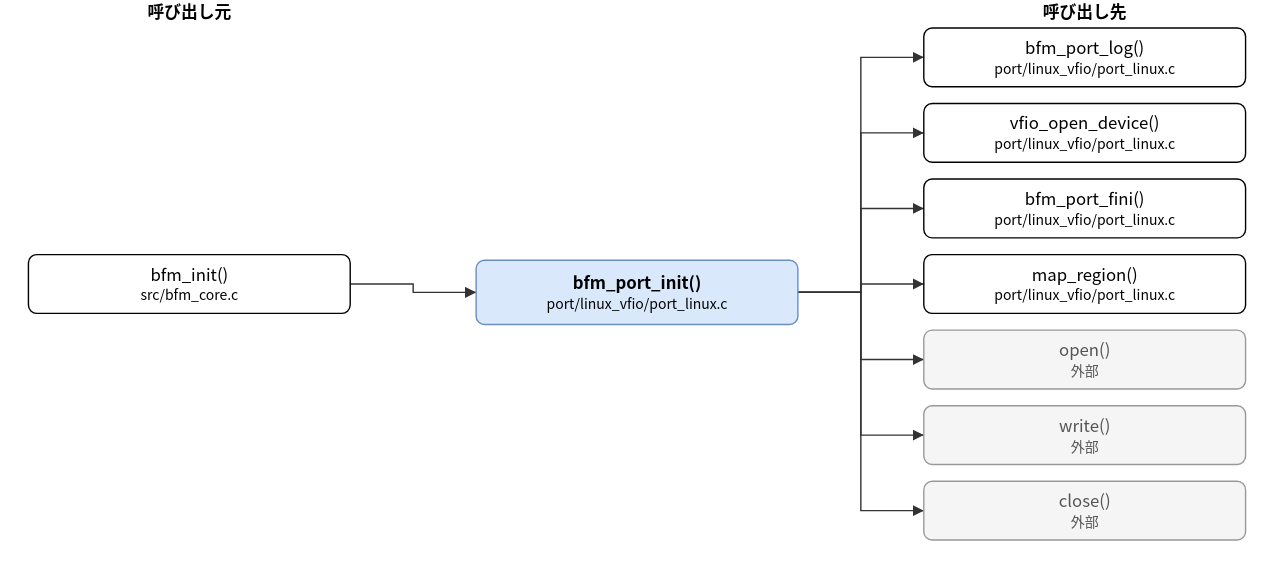
Above: doc/spec/images/call_port_linux_vfio_port_linux-bfm_port_init.drawio.svg in hf355051012-ai/bfmem (draw.io), before the change. Source tidied: cells renumbered, new cells last; positions are measured from the earlier drawing's top-left corner, leaving out a move shared by most shapes. Its diagram source:
```xml
<mxGraphModel>
  <root>
    <mxCell id="0" />
    <mxCell id="1" parent="0" />
    <mxCell id="2" value="bfm_port_init()&lt;br&gt;&lt;font style=&quot;font-size:10px&quot;&gt;port/linux_vfio/port_linux.c&lt;/font&gt;" style="rounded=1;whiteSpace=wrap;html=1;fillColor=#dae8fc;strokeColor=#6c8ebf;fontStyle=1;" parent="1" vertex="1">
      <mxGeometry x="320" y="186" width="230" height="46" as="geometry" />
    </mxCell>
    <mxCell id="3" value="bfm_init()&lt;br&gt;&lt;font style=&quot;font-size:10px&quot;&gt;src/bfm_core.c&lt;/font&gt;" style="rounded=1;whiteSpace=wrap;html=1;" parent="1" vertex="1">
      <mxGeometry y="182" width="230" height="42" as="geometry" />
    </mxCell>
    <mxCell id="4" value="bfm_port_log()&lt;br&gt;&lt;font style=&quot;font-size:10px&quot;&gt;port/linux_vfio/port_linux.c&lt;/font&gt;" style="rounded=1;whiteSpace=wrap;html=1;" parent="1" vertex="1">
      <mxGeometry x="640" y="20" width="230" height="42" as="geometry" />
    </mxCell>
    <mxCell id="5" value="vfio_open_device()&lt;br&gt;&lt;font style=&quot;font-size:10px&quot;&gt;port/linux_vfio/port_linux.c&lt;/font&gt;" style="rounded=1;whiteSpace=wrap;html=1;" parent="1" vertex="1">
      <mxGeometry x="640" y="74" width="230" height="42" as="geometry" />
    </mxCell>
    <mxCell id="6" value="bfm_port_fini()&lt;br&gt;&lt;font style=&quot;font-size:10px&quot;&gt;port/linux_vfio/port_linux.c&lt;/font&gt;" style="rounded=1;whiteSpace=wrap;html=1;" parent="1" vertex="1">
      <mxGeometry x="640" y="128" width="230" height="42" as="geometry" />
    </mxCell>
    <mxCell id="7" value="map_region()&lt;br&gt;&lt;font style=&quot;font-size:10px&quot;&gt;port/linux_vfio/port_linux.c&lt;/font&gt;" style="rounded=1;whiteSpace=wrap;html=1;" parent="1" vertex="1">
      <mxGeometry x="640" y="182" width="230" height="42" as="geometry" />
    </mxCell>
    <mxCell id="8" value="open()&lt;br&gt;&lt;font style=&quot;font-size:10px&quot;&gt;外部&lt;/font&gt;" style="rounded=1;whiteSpace=wrap;html=1;fillColor=#f5f5f5;strokeColor=#999999;fontColor=#555555;" parent="1" vertex="1">
      <mxGeometry x="640" y="236" width="230" height="42" as="geometry" />
    </mxCell>
    <mxCell id="9" value="write()&lt;br&gt;&lt;font style=&quot;font-size:10px&quot;&gt;外部&lt;/font&gt;" style="rounded=1;whiteSpace=wrap;html=1;fillColor=#f5f5f5;strokeColor=#999999;fontColor=#555555;" parent="1" vertex="1">
      <mxGeometry x="640" y="290" width="230" height="42" as="geometry" />
    </mxCell>
    <mxCell id="10" value="close()&lt;br&gt;&lt;font style=&quot;font-size:10px&quot;&gt;外部&lt;/font&gt;" style="rounded=1;whiteSpace=wrap;html=1;fillColor=#f5f5f5;strokeColor=#999999;fontColor=#555555;" parent="1" vertex="1">
      <mxGeometry x="640" y="344" width="230" height="42" as="geometry" />
    </mxCell>
    <mxCell id="11" style="edgeStyle=none;html=1;rounded=0;endArrow=block;endFill=1;exitX=1.0000;exitY=0.5000;exitDx=0;exitDy=0;exitPerimeter=0;entryX=0.0000;entryY=0.5000;entryDx=0;entryDy=0;entryPerimeter=0;" parent="1" edge="1" source="3" target="2">
      <mxGeometry relative="1" as="geometry">
        <Array as="points">
          <mxPoint x="275" y="203" />
          <mxPoint x="275" y="209" />
        </Array>
      </mxGeometry>
    </mxCell>
    <mxCell id="12" style="edgeStyle=none;html=1;rounded=0;endArrow=block;endFill=1;exitX=1.0000;exitY=0.5000;exitDx=0;exitDy=0;exitPerimeter=0;entryX=0.0000;entryY=0.5000;entryDx=0;entryDy=0;entryPerimeter=0;" parent="1" edge="1" source="2" target="4">
      <mxGeometry relative="1" as="geometry">
        <Array as="points">
          <mxPoint x="595" y="209" />
          <mxPoint x="595" y="41" />
        </Array>
      </mxGeometry>
    </mxCell>
    <mxCell id="13" style="edgeStyle=none;html=1;rounded=0;endArrow=block;endFill=1;exitX=1.0000;exitY=0.5000;exitDx=0;exitDy=0;exitPerimeter=0;entryX=0.0000;entryY=0.5000;entryDx=0;entryDy=0;entryPerimeter=0;" parent="1" edge="1" source="2" target="5">
      <mxGeometry relative="1" as="geometry">
        <Array as="points">
          <mxPoint x="595" y="209" />
          <mxPoint x="595" y="95" />
        </Array>
      </mxGeometry>
    </mxCell>
    <mxCell id="14" style="edgeStyle=none;html=1;rounded=0;endArrow=block;endFill=1;exitX=1.0000;exitY=0.5000;exitDx=0;exitDy=0;exitPerimeter=0;entryX=0.0000;entryY=0.5000;entryDx=0;entryDy=0;entryPerimeter=0;" parent="1" edge="1" source="2" target="6">
      <mxGeometry relative="1" as="geometry">
        <Array as="points">
          <mxPoint x="595" y="209" />
          <mxPoint x="595" y="149" />
        </Array>
      </mxGeometry>
    </mxCell>
    <mxCell id="15" style="edgeStyle=none;html=1;rounded=0;endArrow=block;endFill=1;exitX=1.0000;exitY=0.5000;exitDx=0;exitDy=0;exitPerimeter=0;entryX=0.0000;entryY=0.5000;entryDx=0;entryDy=0;entryPerimeter=0;" parent="1" edge="1" source="2" target="7">
      <mxGeometry relative="1" as="geometry">
        <Array as="points">
          <mxPoint x="595" y="209" />
          <mxPoint x="595" y="203" />
        </Array>
      </mxGeometry>
    </mxCell>
    <mxCell id="16" style="edgeStyle=none;html=1;rounded=0;endArrow=block;endFill=1;exitX=1.0000;exitY=0.5000;exitDx=0;exitDy=0;exitPerimeter=0;entryX=0.0000;entryY=0.5000;entryDx=0;entryDy=0;entryPerimeter=0;" parent="1" edge="1" source="2" target="8">
      <mxGeometry relative="1" as="geometry">
        <Array as="points">
          <mxPoint x="595" y="209" />
          <mxPoint x="595" y="257" />
        </Array>
      </mxGeometry>
    </mxCell>
    <mxCell id="17" style="edgeStyle=none;html=1;rounded=0;endArrow=block;endFill=1;exitX=1.0000;exitY=0.5000;exitDx=0;exitDy=0;exitPerimeter=0;entryX=0.0000;entryY=0.5000;entryDx=0;entryDy=0;entryPerimeter=0;" parent="1" edge="1" source="2" target="9">
      <mxGeometry relative="1" as="geometry">
        <Array as="points">
          <mxPoint x="595" y="209" />
          <mxPoint x="595" y="311" />
        </Array>
      </mxGeometry>
    </mxCell>
    <mxCell id="18" style="edgeStyle=none;html=1;rounded=0;endArrow=block;endFill=1;exitX=1.0000;exitY=0.5000;exitDx=0;exitDy=0;exitPerimeter=0;entryX=0.0000;entryY=0.5000;entryDx=0;entryDy=0;entryPerimeter=0;" parent="1" edge="1" source="2" target="10">
      <mxGeometry relative="1" as="geometry">
        <Array as="points">
          <mxPoint x="595" y="209" />
          <mxPoint x="595" y="365" />
        </Array>
      </mxGeometry>
    </mxCell>
    <mxCell id="19" value="呼び出し元" style="text;html=1;align=center;fontStyle=1;" parent="1" vertex="1">
      <mxGeometry x="35" width="160" height="18" as="geometry" />
    </mxCell>
    <mxCell id="20" value="呼び出し先" style="text;html=1;align=center;fontStyle=1;" parent="1" vertex="1">
      <mxGeometry x="675" width="160" height="18" as="geometry" />
    </mxCell>
  </root>
</mxGraphModel>
```
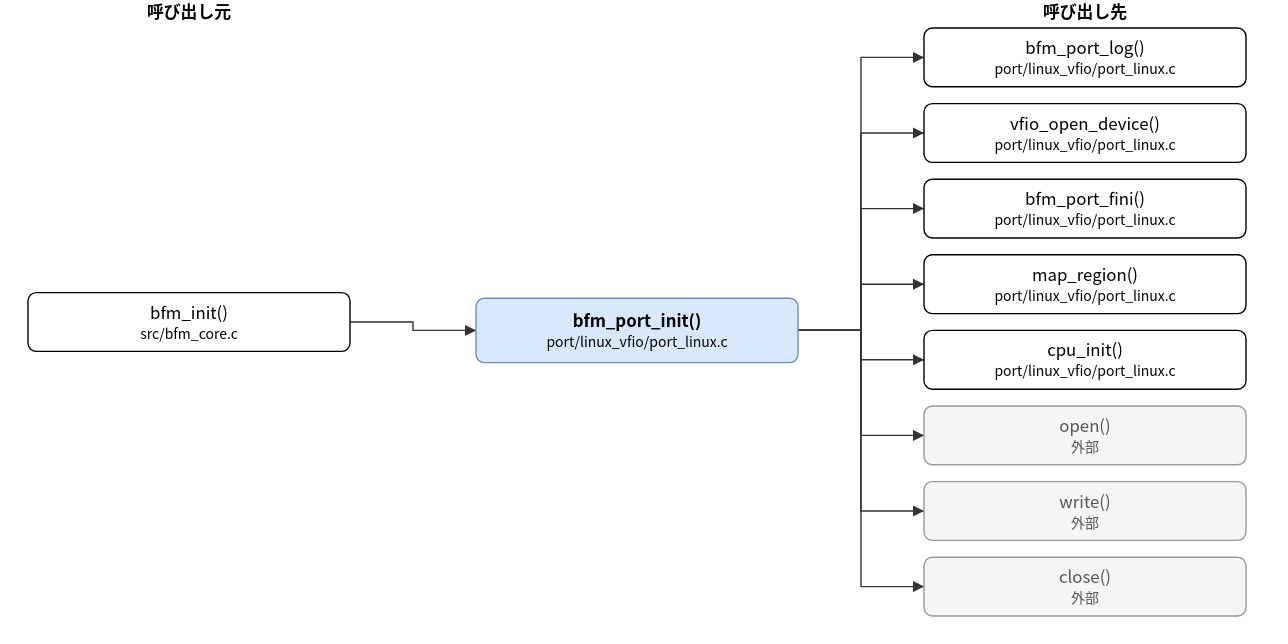
Above is the later version.

The edit, as a diff of the source:
```diff
@@ -3,10 +3,10 @@
     <mxCell id="0" />
     <mxCell id="1" parent="0" />
     <mxCell id="2" value="bfm_port_init()&lt;br&gt;&lt;font style=&quot;font-size:10px&quot;&gt;port/linux_vfio/port_linux.c&lt;/font&gt;" style="rounded=1;whiteSpace=wrap;html=1;fillColor=#dae8fc;strokeColor=#6c8ebf;fontStyle=1;" parent="1" vertex="1">
-      <mxGeometry x="320" y="186" width="230" height="46" as="geometry" />
+      <mxGeometry x="320" y="213" width="230" height="46" as="geometry" />
     </mxCell>
     <mxCell id="3" value="bfm_init()&lt;br&gt;&lt;font style=&quot;font-size:10px&quot;&gt;src/bfm_core.c&lt;/font&gt;" style="rounded=1;whiteSpace=wrap;html=1;" parent="1" vertex="1">
-      <mxGeometry y="182" width="230" height="42" as="geometry" />
+      <mxGeometry y="209" width="230" height="42" as="geometry" />
     </mxCell>
     <mxCell id="4" value="bfm_port_log()&lt;br&gt;&lt;font style=&quot;font-size:10px&quot;&gt;port/linux_vfio/port_linux.c&lt;/font&gt;" style="rounded=1;whiteSpace=wrap;html=1;" parent="1" vertex="1">
       <mxGeometry x="640" y="20" width="230" height="42" as="geometry" />
@@ -20,27 +20,30 @@
     <mxCell id="7" value="map_region()&lt;br&gt;&lt;font style=&quot;font-size:10px&quot;&gt;port/linux_vfio/port_linux.c&lt;/font&gt;" style="rounded=1;whiteSpace=wrap;html=1;" parent="1" vertex="1">
       <mxGeometry x="640" y="182" width="230" height="42" as="geometry" />
     </mxCell>
-    <mxCell id="8" value="open()&lt;br&gt;&lt;font style=&quot;font-size:10px&quot;&gt;外部&lt;/font&gt;" style="rounded=1;whiteSpace=wrap;html=1;fillColor=#f5f5f5;strokeColor=#999999;fontColor=#555555;" parent="1" vertex="1">
+    <mxCell id="8" value="cpu_init()&lt;br&gt;&lt;font style=&quot;font-size:10px&quot;&gt;port/linux_vfio/port_linux.c&lt;/font&gt;" style="rounded=1;whiteSpace=wrap;html=1;" parent="1" vertex="1">
       <mxGeometry x="640" y="236" width="230" height="42" as="geometry" />
     </mxCell>
-    <mxCell id="9" value="write()&lt;br&gt;&lt;font style=&quot;font-size:10px&quot;&gt;外部&lt;/font&gt;" style="rounded=1;whiteSpace=wrap;html=1;fillColor=#f5f5f5;strokeColor=#999999;fontColor=#555555;" parent="1" vertex="1">
+    <mxCell id="9" value="open()&lt;br&gt;&lt;font style=&quot;font-size:10px&quot;&gt;外部&lt;/font&gt;" style="rounded=1;whiteSpace=wrap;html=1;fillColor=#f5f5f5;strokeColor=#999999;fontColor=#555555;" parent="1" vertex="1">
       <mxGeometry x="640" y="290" width="230" height="42" as="geometry" />
     </mxCell>
-    <mxCell id="10" value="close()&lt;br&gt;&lt;font style=&quot;font-size:10px&quot;&gt;外部&lt;/font&gt;" style="rounded=1;whiteSpace=wrap;html=1;fillColor=#f5f5f5;strokeColor=#999999;fontColor=#555555;" parent="1" vertex="1">
+    <mxCell id="10" value="write()&lt;br&gt;&lt;font style=&quot;font-size:10px&quot;&gt;外部&lt;/font&gt;" style="rounded=1;whiteSpace=wrap;html=1;fillColor=#f5f5f5;strokeColor=#999999;fontColor=#555555;" parent="1" vertex="1">
       <mxGeometry x="640" y="344" width="230" height="42" as="geometry" />
     </mxCell>
+    <mxCell id="21" value="close()&lt;br&gt;&lt;font style=&quot;font-size:10px&quot;&gt;外部&lt;/font&gt;" style="rounded=1;whiteSpace=wrap;html=1;fillColor=#f5f5f5;strokeColor=#999999;fontColor=#555555;" parent="1" vertex="1">
+      <mxGeometry x="640" y="398" width="230" height="42" as="geometry" />
+    </mxCell>
     <mxCell id="11" style="edgeStyle=none;html=1;rounded=0;endArrow=block;endFill=1;exitX=1.0000;exitY=0.5000;exitDx=0;exitDy=0;exitPerimeter=0;entryX=0.0000;entryY=0.5000;entryDx=0;entryDy=0;entryPerimeter=0;" parent="1" edge="1" source="3" target="2">
       <mxGeometry relative="1" as="geometry">
         <Array as="points">
-          <mxPoint x="275" y="203" />
-          <mxPoint x="275" y="209" />
+          <mxPoint x="275" y="230" />
+          <mxPoint x="275" y="236" />
         </Array>
       </mxGeometry>
     </mxCell>
     <mxCell id="12" style="edgeStyle=none;html=1;rounded=0;endArrow=block;endFill=1;exitX=1.0000;exitY=0.5000;exitDx=0;exitDy=0;exitPerimeter=0;entryX=0.0000;entryY=0.5000;entryDx=0;entryDy=0;entryPerimeter=0;" parent="1" edge="1" source="2" target="4">
       <mxGeometry relative="1" as="geometry">
         <Array as="points">
-          <mxPoint x="595" y="209" />
+          <mxPoint x="595" y="236" />
           <mxPoint x="595" y="41" />
         </Array>
       </mxGeometry>
@@ -48,7 +51,7 @@
     <mxCell id="13" style="edgeStyle=none;html=1;rounded=0;endArrow=block;endFill=1;exitX=1.0000;exitY=0.5000;exitDx=0;exitDy=0;exitPerimeter=0;entryX=0.0000;entryY=0.5000;entryDx=0;entryDy=0;entryPerimeter=0;" parent="1" edge="1" source="2" target="5">
       <mxGeometry relative="1" as="geometry">
         <Array as="points">
-          <mxPoint x="595" y="209" />
+          <mxPoint x="595" y="236" />
           <mxPoint x="595" y="95" />
         </Array>
       </mxGeometry>
@@ -56,7 +59,7 @@
     <mxCell id="14" style="edgeStyle=none;html=1;rounded=0;endArrow=block;endFill=1;exitX=1.0000;exitY=0.5000;exitDx=0;exitDy=0;exitPerimeter=0;entryX=0.0000;entryY=0.5000;entryDx=0;entryDy=0;entryPerimeter=0;" parent="1" edge="1" source="2" target="6">
       <mxGeometry relative="1" as="geometry">
         <Array as="points">
-          <mxPoint x="595" y="209" />
+          <mxPoint x="595" y="236" />
           <mxPoint x="595" y="149" />
         </Array>
       </mxGeometry>
@@ -64,7 +67,7 @@
     <mxCell id="15" style="edgeStyle=none;html=1;rounded=0;endArrow=block;endFill=1;exitX=1.0000;exitY=0.5000;exitDx=0;exitDy=0;exitPerimeter=0;entryX=0.0000;entryY=0.5000;entryDx=0;entryDy=0;entryPerimeter=0;" parent="1" edge="1" source="2" target="7">
       <mxGeometry relative="1" as="geometry">
         <Array as="points">
-          <mxPoint x="595" y="209" />
+          <mxPoint x="595" y="236" />
           <mxPoint x="595" y="203" />
         </Array>
       </mxGeometry>
@@ -72,7 +75,7 @@
     <mxCell id="16" style="edgeStyle=none;html=1;rounded=0;endArrow=block;endFill=1;exitX=1.0000;exitY=0.5000;exitDx=0;exitDy=0;exitPerimeter=0;entryX=0.0000;entryY=0.5000;entryDx=0;entryDy=0;entryPerimeter=0;" parent="1" edge="1" source="2" target="8">
       <mxGeometry relative="1" as="geometry">
         <Array as="points">
-          <mxPoint x="595" y="209" />
+          <mxPoint x="595" y="236" />
           <mxPoint x="595" y="257" />
         </Array>
       </mxGeometry>
@@ -80,7 +83,7 @@
     <mxCell id="17" style="edgeStyle=none;html=1;rounded=0;endArrow=block;endFill=1;exitX=1.0000;exitY=0.5000;exitDx=0;exitDy=0;exitPerimeter=0;entryX=0.0000;entryY=0.5000;entryDx=0;entryDy=0;entryPerimeter=0;" parent="1" edge="1" source="2" target="9">
       <mxGeometry relative="1" as="geometry">
         <Array as="points">
-          <mxPoint x="595" y="209" />
+          <mxPoint x="595" y="236" />
           <mxPoint x="595" y="311" />
         </Array>
       </mxGeometry>
@@ -88,11 +91,19 @@
     <mxCell id="18" style="edgeStyle=none;html=1;rounded=0;endArrow=block;endFill=1;exitX=1.0000;exitY=0.5000;exitDx=0;exitDy=0;exitPerimeter=0;entryX=0.0000;entryY=0.5000;entryDx=0;entryDy=0;entryPerimeter=0;" parent="1" edge="1" source="2" target="10">
       <mxGeometry relative="1" as="geometry">
         <Array as="points">
-          <mxPoint x="595" y="209" />
+          <mxPoint x="595" y="236" />
           <mxPoint x="595" y="365" />
         </Array>
       </mxGeometry>
     </mxCell>
+    <mxCell id="22" style="edgeStyle=none;html=1;rounded=0;endArrow=block;endFill=1;exitX=1.0000;exitY=0.5000;exitDx=0;exitDy=0;exitPerimeter=0;entryX=0.0000;entryY=0.5000;entryDx=0;entryDy=0;entryPerimeter=0;" parent="1" edge="1" source="2" target="21">
+      <mxGeometry relative="1" as="geometry">
+        <Array as="points">
+          <mxPoint x="595" y="236" />
+          <mxPoint x="595" y="419" />
+        </Array>
+      </mxGeometry>
+    </mxCell>
     <mxCell id="19" value="呼び出し元" style="text;html=1;align=center;fontStyle=1;" parent="1" vertex="1">
       <mxGeometry x="35" width="160" height="18" as="geometry" />
     </mxCell>
```
